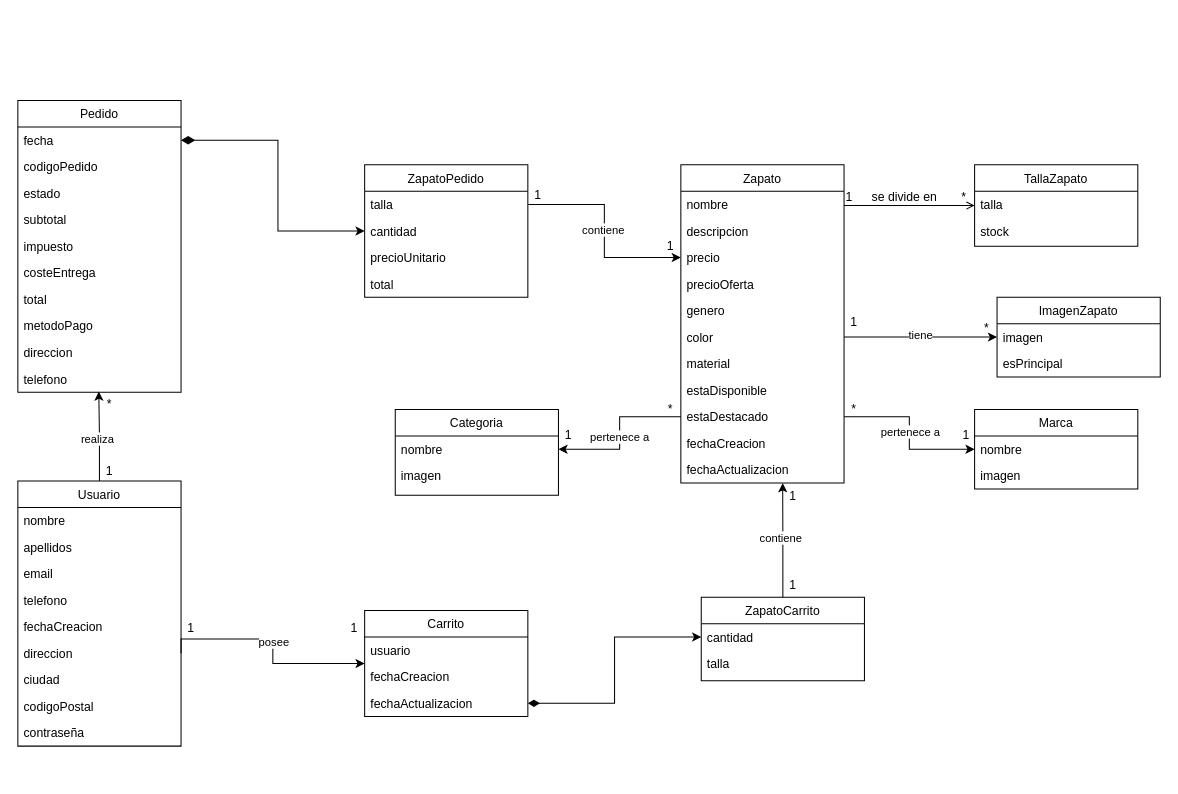
This is docs/Modelo Conceptual.drawio from miniluz/tienda-calzados-marilo, a draw.io file, before an edit. Source tidied: cells renumbered, new cells numbered last; positions are measured from the earlier drawing's top-left corner, leaving out a move shared by most shapes. Both pictures are drawn from the tidied source at 102%, with x=0, y=0 at pixel (17, 100).
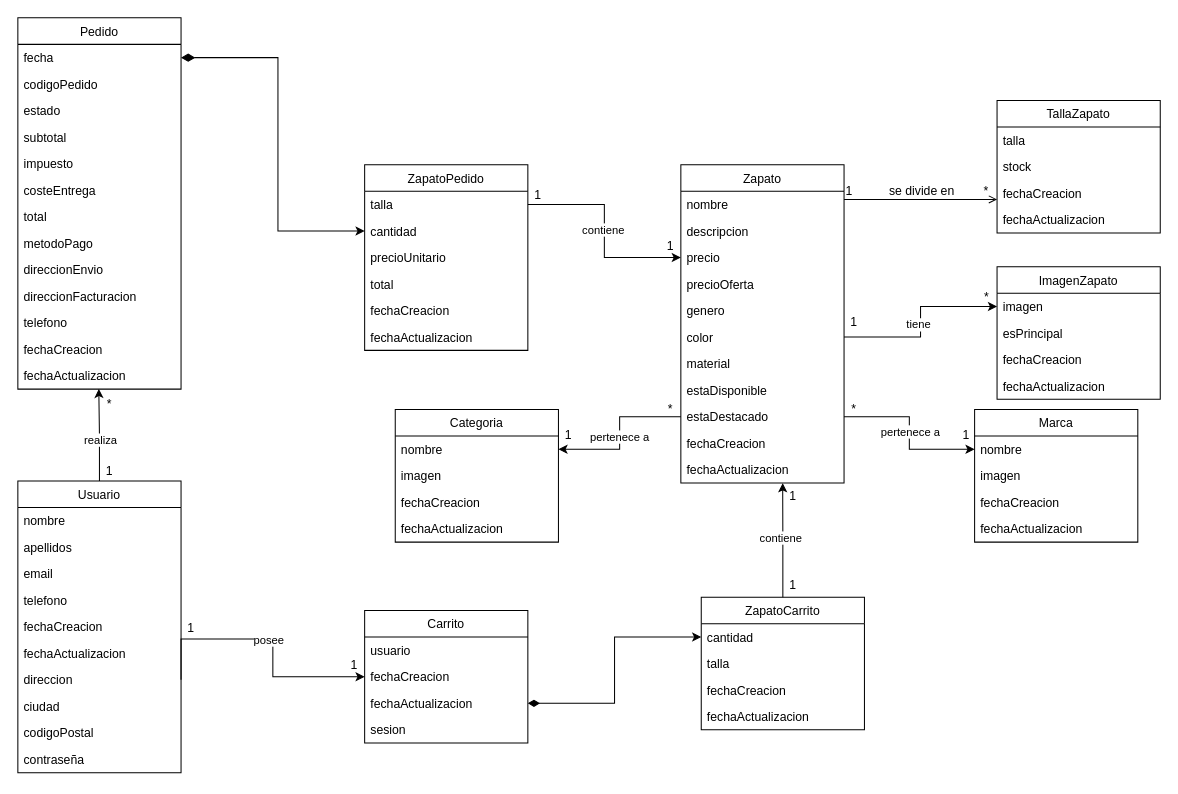
Above is the later version.

Commit message (it also covers changes not shown here):
docs: actualizacion modelo conceptual

Change to the diagram source:
```diff
@@
     <mxCell id="14" value="ZapatoPedido" style="swimlane;fontStyle=0;align=center;verticalAlign=top;horizontal=1;startSize=26;rounded=0;shadow=0;strokeWidth=1;" parent="1" vertex="1">
-      <mxGeometry x="340" y="63" width="160" height="130" as="geometry" />
+      <mxGeometry x="340" y="63" width="160" height="182" as="geometry" />
     </mxCell>
@@
+    <mxCell id="99" value="fechaCreacion" style="text;align=left;verticalAlign=top;spacingLeft=4;spacingRight=4;overflow=hidden;rounded=0;shadow=0;html=0;" parent="14" vertex="1">
+      <mxGeometry y="130" width="160" height="26" as="geometry" />
+    </mxCell>
+    <mxCell id="100" value="fechaActualizacion" style="text;align=left;verticalAlign=top;spacingLeft=4;spacingRight=4;overflow=hidden;rounded=0;shadow=0;html=0;" parent="14" vertex="1">
+      <mxGeometry y="156" width="160" height="26" as="geometry" />
+    </mxCell>
     <mxCell id="19" value="ImagenZapato" style="swimlane;fontStyle=0;align=center;verticalAlign=top;horizontal=1;startSize=26;rounded=0;shadow=0;strokeWidth=1;" parent="1" vertex="1">
-      <mxGeometry x="960" y="193" width="160" height="78" as="geometry" />
+      <mxGeometry x="960" y="163" width="160" height="130" as="geometry" />
     </mxCell>
@@
+    <mxCell id="101" value="fechaCreacion" style="text;align=left;verticalAlign=top;spacingLeft=4;spacingRight=4;overflow=hidden;" parent="19" vertex="1">
+      <mxGeometry y="78" width="160" height="26" as="geometry" />
+    </mxCell>
+    <mxCell id="102" value="fechaActualizacion" style="text;align=left;verticalAlign=top;spacingLeft=4;spacingRight=4;overflow=hidden;" parent="19" vertex="1">
+      <mxGeometry y="104" width="160" height="26" as="geometry" />
+    </mxCell>
     <mxCell id="22" value="TallaZapato" style="swimlane;fontStyle=0;align=center;verticalAlign=top;horizontal=1;startSize=26;rounded=0;shadow=0;strokeWidth=1;" parent="1" vertex="1">
-      <mxGeometry x="938" y="63" width="160" height="80" as="geometry" />
+      <mxGeometry x="960" width="160" height="130" as="geometry" />
     </mxCell>
@@
+    <mxCell id="103" value="fechaCreacion" style="text;align=left;verticalAlign=top;spacingLeft=4;spacingRight=4;overflow=hidden;rounded=0;shadow=0;html=0;" parent="22" vertex="1">
+      <mxGeometry y="78" width="160" height="26" as="geometry" />
+    </mxCell>
+    <mxCell id="104" value="fechaActualizacion" style="text;align=left;verticalAlign=top;spacingLeft=4;spacingRight=4;overflow=hidden;rounded=0;shadow=0;html=0;" parent="22" vertex="1">
+      <mxGeometry y="104" width="160" height="26" as="geometry" />
+    </mxCell>
@@
     <mxCell id="33" value="Pedido" style="swimlane;fontStyle=0;align=center;verticalAlign=top;horizontal=1;startSize=26;rounded=0;shadow=0;strokeWidth=1;" parent="1" vertex="1">
-      <mxGeometry width="160" height="286" as="geometry" />
+      <mxGeometry y="-81" width="160" height="364" as="geometry" />
     </mxCell>
@@
-    <mxCell id="42" value="direccion" style="text;align=left;verticalAlign=top;spacingLeft=4;spacingRight=4;overflow=hidden;rounded=0;shadow=0;html=0;" parent="33" vertex="1">
+    <mxCell id="42" value="direccionEnvio" style="text;align=left;verticalAlign=top;spacingLeft=4;spacingRight=4;overflow=hidden;rounded=0;shadow=0;html=0;" parent="33" vertex="1">
       <mxGeometry y="234" width="160" height="26" as="geometry" />
     </mxCell>
+    <mxCell id="105" value="direccionFacturacion" style="text;align=left;verticalAlign=top;spacingLeft=4;spacingRight=4;overflow=hidden;rounded=0;shadow=0;html=0;" parent="33" vertex="1">
+      <mxGeometry y="260" width="160" height="26" as="geometry" />
+    </mxCell>
     <mxCell id="43" value="telefono" style="text;align=left;verticalAlign=top;spacingLeft=4;spacingRight=4;overflow=hidden;points=[[0,0.5],[1,0.5]];portConstraint=eastwest;rounded=0;shadow=0;html=0;" parent="33" vertex="1">
-      <mxGeometry y="260" width="160" height="26" as="geometry" />
+      <mxGeometry y="286" width="160" height="26" as="geometry" />
     </mxCell>
+    <mxCell id="106" value="fechaCreacion" style="text;align=left;verticalAlign=top;spacingLeft=4;spacingRight=4;overflow=hidden;rounded=0;shadow=0;html=0;" parent="33" vertex="1">
+      <mxGeometry y="312" width="160" height="26" as="geometry" />
+    </mxCell>
+    <mxCell id="107" value="fechaActualizacion" style="text;align=left;verticalAlign=top;spacingLeft=4;spacingRight=4;overflow=hidden;points=[[0,0.5],[1,0.5]];portConstraint=eastwest;rounded=0;shadow=0;html=0;" parent="33" vertex="1">
+      <mxGeometry y="338" width="160" height="26" as="geometry" />
+    </mxCell>
@@
     <mxCell id="45" value="Usuario" style="swimlane;fontStyle=0;align=center;verticalAlign=top;horizontal=1;startSize=26;rounded=0;shadow=0;strokeWidth=1;" parent="1" vertex="1">
-      <mxGeometry y="373" width="160" height="260" as="geometry" />
+      <mxGeometry y="373" width="160" height="286" as="geometry" />
     </mxCell>
@@
+    <mxCell id="108" value="fechaActualizacion" style="text;align=left;verticalAlign=top;spacingLeft=4;spacingRight=4;overflow=hidden;rounded=0;shadow=0;html=0;" parent="45" vertex="1">
+      <mxGeometry y="156" width="160" height="26" as="geometry" />
+    </mxCell>
     <mxCell id="51" value="direccion" style="text;align=left;verticalAlign=top;spacingLeft=4;spacingRight=4;overflow=hidden;points=[[0,0.5],[1,0.5]];portConstraint=eastwest;rounded=0;shadow=0;html=0;" parent="45" vertex="1">
-      <mxGeometry y="156" width="160" height="26" as="geometry" />
+      <mxGeometry y="182" width="160" height="26" as="geometry" />
     </mxCell>
     <mxCell id="52" value="ciudad" style="text;align=left;verticalAlign=top;spacingLeft=4;spacingRight=4;overflow=hidden;rounded=0;shadow=0;html=0;" parent="45" vertex="1">
-      <mxGeometry y="182" width="160" height="26" as="geometry" />
+      <mxGeometry y="208" width="160" height="26" as="geometry" />
     </mxCell>
     <mxCell id="53" value="codigoPostal" style="text;align=left;verticalAlign=top;spacingLeft=4;spacingRight=4;overflow=hidden;rounded=0;shadow=0;html=0;" parent="45" vertex="1">
-      <mxGeometry y="208" width="160" height="26" as="geometry" />
+      <mxGeometry y="234" width="160" height="26" as="geometry" />
     </mxCell>
     <mxCell id="54" value="contraseña" style="text;align=left;verticalAlign=top;spacingLeft=4;spacingRight=4;overflow=hidden;rounded=0;shadow=0;html=0;" parent="45" vertex="1">
-      <mxGeometry y="234" width="160" height="26" as="geometry" />
+      <mxGeometry y="260" width="160" height="26" as="geometry" />
     </mxCell>
-    <mxCell id="55" style="edgeStyle=orthogonalEdgeStyle;rounded=0;jettySize=auto;html=1;exitX=0.5;exitY=0;exitDx=0;exitDy=0;entryX=0.496;entryY=0.977;entryDx=0;entryDy=0;entryPerimeter=0;" parent="1" edge="1" source="45" target="43">
+    <mxCell id="55" style="edgeStyle=orthogonalEdgeStyle;rounded=0;jettySize=auto;html=1;exitX=0.5;exitY=0;exitDx=0;exitDy=0;entryX=0.496;entryY=0.992;entryDx=0;entryDy=0;entryPerimeter=0;" parent="1" edge="1" source="45" target="107">
       <mxGeometry relative="1" as="geometry" />
     </mxCell>
@@
     <mxCell id="58" value="Carrito" style="swimlane;fontStyle=0;align=center;verticalAlign=top;horizontal=1;startSize=26;rounded=0;shadow=0;strokeWidth=1;" parent="1" vertex="1">
-      <mxGeometry x="340" y="500" width="160" height="104" as="geometry" />
+      <mxGeometry x="340" y="500" width="160" height="130" as="geometry" />
     </mxCell>
@@
+    <mxCell id="109" value="sesion" style="text;align=left;verticalAlign=top;spacingLeft=4;spacingRight=4;overflow=hidden;" parent="58" vertex="1">
+      <mxGeometry y="104" width="160" height="26" as="geometry" />
+    </mxCell>
@@
     <mxCell id="65" value="1" style="text;html=1;whiteSpace=wrap;strokeColor=none;fillColor=none;align=center;verticalAlign=middle;rounded=0;" parent="1" vertex="1">
-      <mxGeometry x="300" y="503" width="60" height="30" as="geometry" />
+      <mxGeometry x="300" y="539" width="60" height="30" as="geometry" />
     </mxCell>
     <mxCell id="66" value="ZapatoCarrito" style="swimlane;fontStyle=0;align=center;verticalAlign=top;horizontal=1;startSize=26;rounded=0;shadow=0;strokeWidth=1;" parent="1" vertex="1">
-      <mxGeometry x="670" y="487" width="160" height="82" as="geometry" />
+      <mxGeometry x="670" y="487" width="160" height="130" as="geometry" />
     </mxCell>
@@
+    <mxCell id="110" value="fechaCreacion" style="text;align=left;verticalAlign=top;spacingLeft=4;spacingRight=4;overflow=hidden;rounded=0;shadow=0;html=0;" parent="66" vertex="1">
+      <mxGeometry y="78" width="160" height="26" as="geometry" />
+    </mxCell>
+    <mxCell id="111" value="fechaActualizacion" style="text;align=left;verticalAlign=top;spacingLeft=4;spacingRight=4;overflow=hidden;rounded=0;shadow=0;html=0;" parent="66" vertex="1">
+      <mxGeometry y="104" width="160" height="26" as="geometry" />
+    </mxCell>
@@
     <mxCell id="74" value="Marca" style="swimlane;fontStyle=0;align=center;verticalAlign=top;horizontal=1;startSize=26;rounded=0;shadow=0;strokeWidth=1;" parent="1" vertex="1">
-      <mxGeometry x="938" y="303" width="160" height="78" as="geometry" />
+      <mxGeometry x="938" y="303" width="160" height="130" as="geometry" />
     </mxCell>
@@
+    <mxCell id="112" value="fechaCreacion" style="text;align=left;verticalAlign=top;spacingLeft=4;spacingRight=4;overflow=hidden;" parent="74" vertex="1">
+      <mxGeometry y="78" width="160" height="26" as="geometry" />
+    </mxCell>
+    <mxCell id="113" value="fechaActualizacion" style="text;align=left;verticalAlign=top;spacingLeft=4;spacingRight=4;overflow=hidden;" parent="74" vertex="1">
+      <mxGeometry y="104" width="160" height="26" as="geometry" />
+    </mxCell>
@@
     <mxCell id="79" value="Categoria" style="swimlane;fontStyle=0;align=center;verticalAlign=top;horizontal=1;startSize=26;rounded=0;shadow=0;strokeWidth=1;" parent="1" vertex="1">
-      <mxGeometry x="370" y="303" width="160" height="84" as="geometry" />
+      <mxGeometry x="370" y="303" width="160" height="130" as="geometry" />
     </mxCell>
@@
+    <mxCell id="114" value="fechaCreacion" style="text;align=left;verticalAlign=top;spacingLeft=4;spacingRight=4;overflow=hidden;rounded=0;shadow=0;html=0;" parent="79" vertex="1">
+      <mxGeometry y="78" width="160" height="26" as="geometry" />
+    </mxCell>
+    <mxCell id="115" value="fechaActualizacion" style="text;align=left;verticalAlign=top;spacingLeft=4;spacingRight=4;overflow=hidden;rounded=0;shadow=0;html=0;" parent="79" vertex="1">
+      <mxGeometry y="104" width="160" height="26" as="geometry" />
+    </mxCell>
@@
     <mxCell id="88" value="*" style="text;html=1;whiteSpace=wrap;strokeColor=none;fillColor=none;align=center;verticalAlign=middle;rounded=0;" parent="1" vertex="1">
-      <mxGeometry x="920" y="203" width="60" height="40" as="geometry" />
+      <mxGeometry x="920" y="173" width="60" height="40" as="geometry" />
     </mxCell>
```
